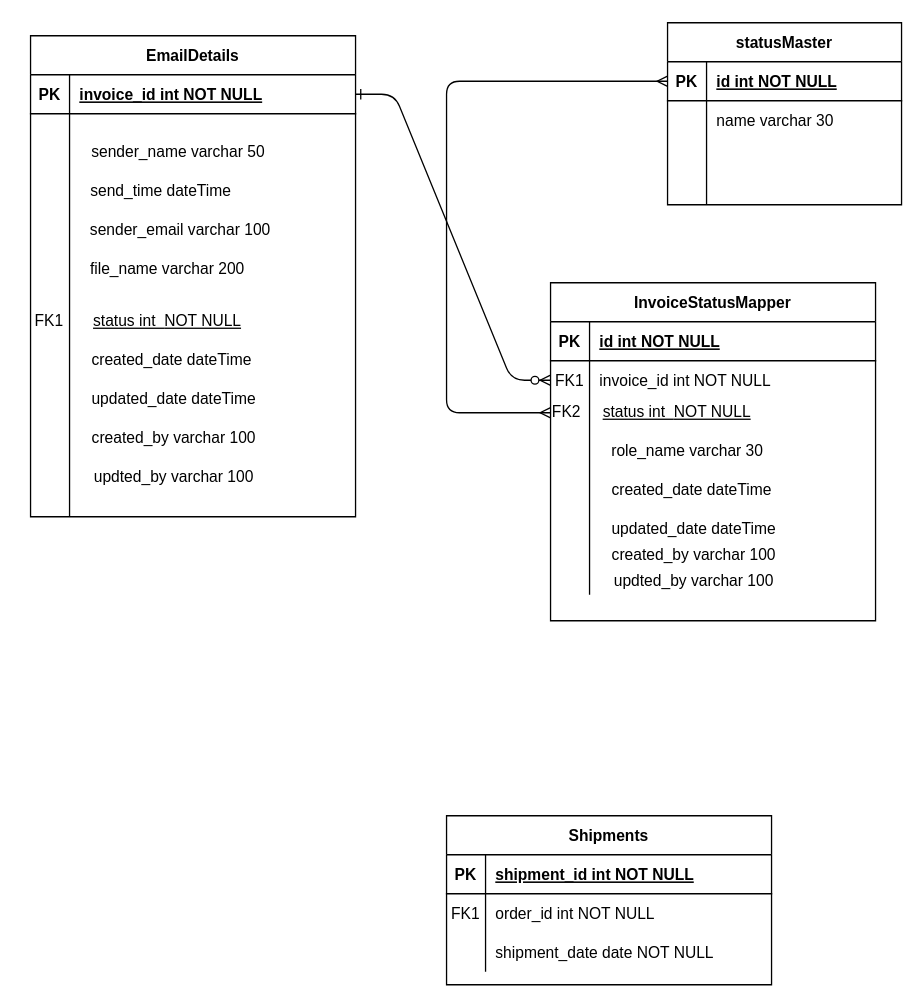
The draw.io diagram Invoice management/Invoice Management Database Architecture.drawio in pratikdimble/Diagram, before the edit. Source tidied: cells renumbered, new cells numbered last; positions are measured from the earlier drawing's top-left corner, leaving out a move shared by most shapes. Both pictures are drawn from the tidied source at 130%, with x=0, y=0 at pixel (22, 22).
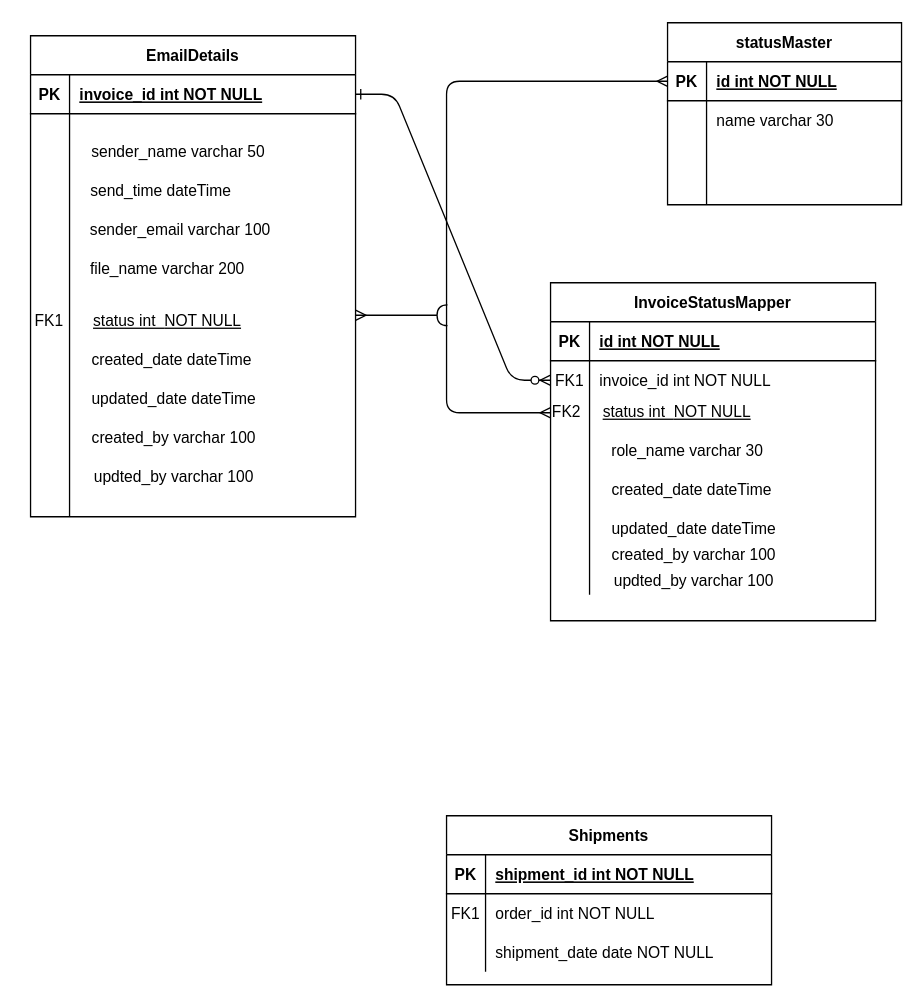
The same page after the edit.

The change refers to these unchanged cells:
```xml
<mxCell id="27" style="shape=partialRectangle;fillColor=none;points=[[0,0.5],[1,0.5]];portConstraint=eastwest;top=0;left=0;right=0;bottom=0;" parent="23" vertex="1">
  <mxGeometry y="60" width="250" height="310" as="geometry" />
</mxCell>
```

What changed in the source:
```diff
@@
+    <mxCell id="61" style="endArrow=halfCircle;html=1;rounded=1;strokeColor=default;endFill=0;startArrow=ERmany;startFill=0;" parent="1" edge="1" source="27">
+      <mxGeometry relative="1" as="geometry">
+        <mxPoint x="326.7" y="225" as="targetPoint" />
+      </mxGeometry>
+    </mxCell>
```
